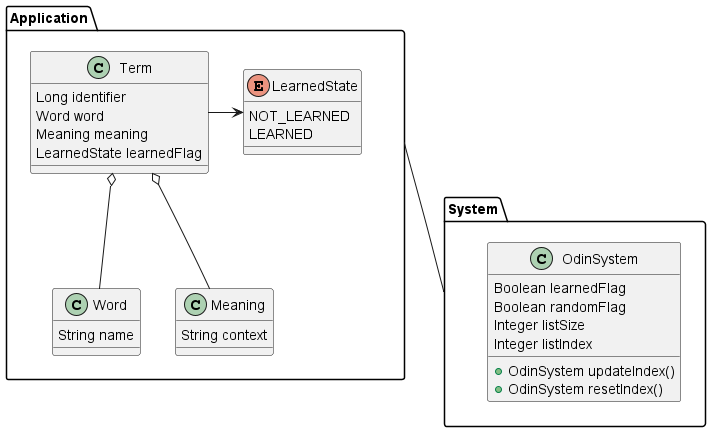
Above: design/images/odinmodel.png in zoeque/odin-for-web (PlantUML), before the change.
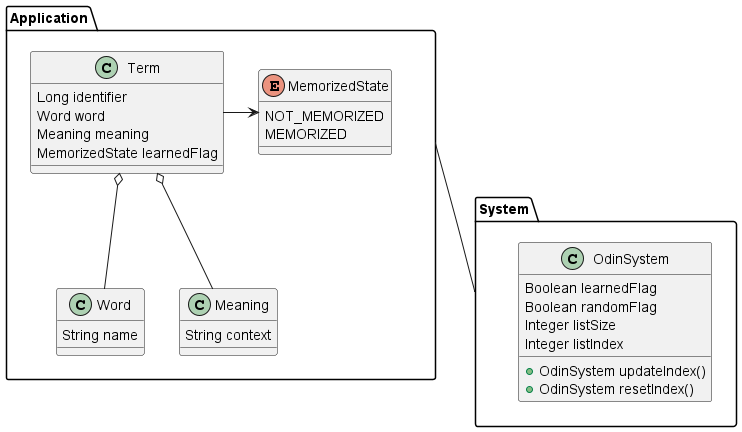
After the commit.

Commit message:
#13 - Create term entity

Change to the diagram source:
```diff
@@ -14,7 +14,7 @@
     Long identifier
     Word word
     Meaning meaning
-    LearnedState learnedFlag
+    MemorizedState learnedFlag
   }
   class Word {
     String name
@@ -22,13 +22,13 @@
   class Meaning {
     String context
   }
-  enum LearnedState {
-    NOT_LEARNED
-    LEARNED
+  enum MemorizedState {
+    NOT_MEMORIZED
+    MEMORIZED
   }
   Term o-- Word
   Term o-- Meaning
-  Term -> LearnedState
+  Term -> MemorizedState
 }
 
 Application -- System
```
